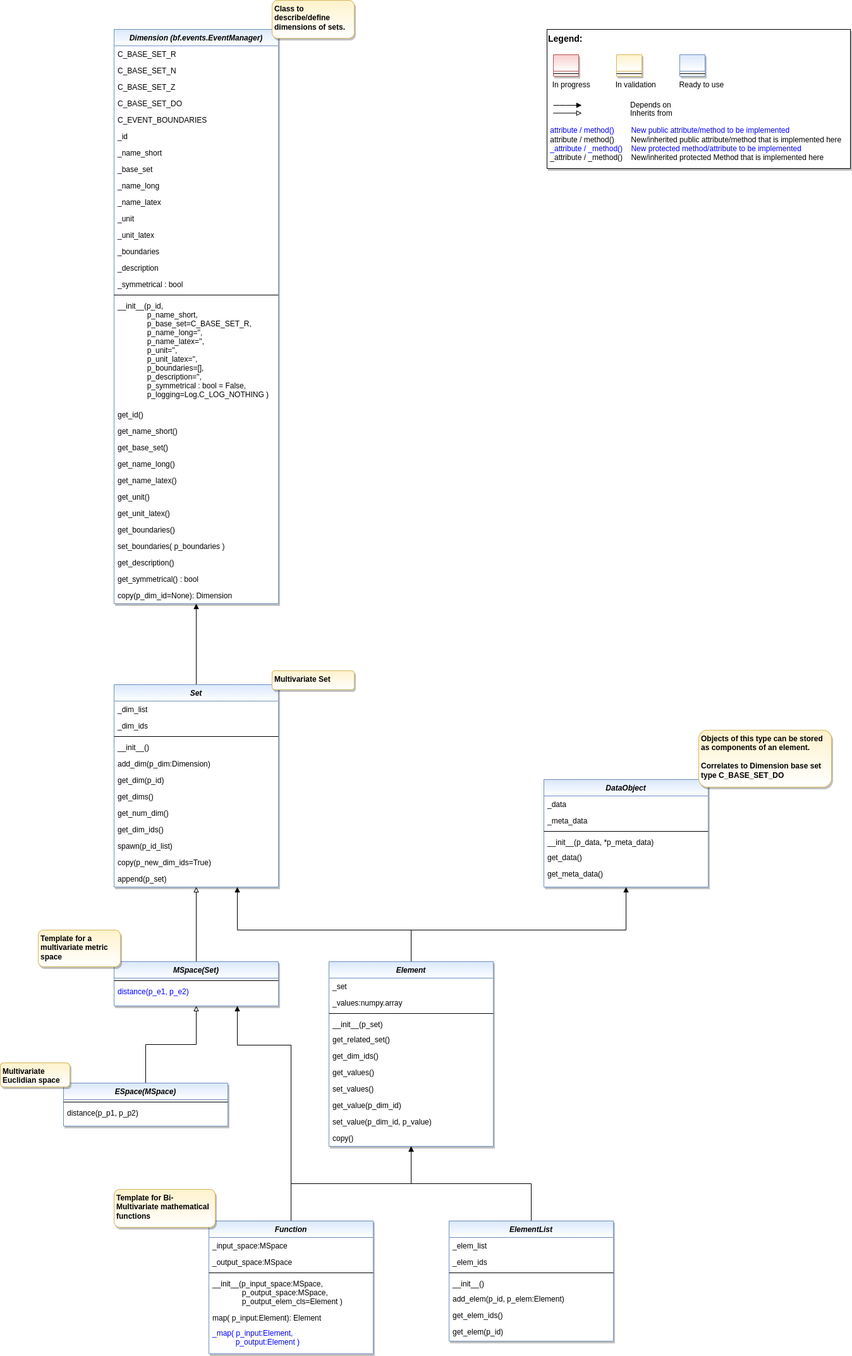
This is doc/rtd/content/append2/core/images/bf/MLPro-BF-Math_class_diagram.drawio.png from fhswf/MLPro, a draw.io export, as it was before one commit. Source tidied: cells renumbered, new cells last; positions are measured from the earlier drawing's top-left corner, leaving out a move shared by most shapes.
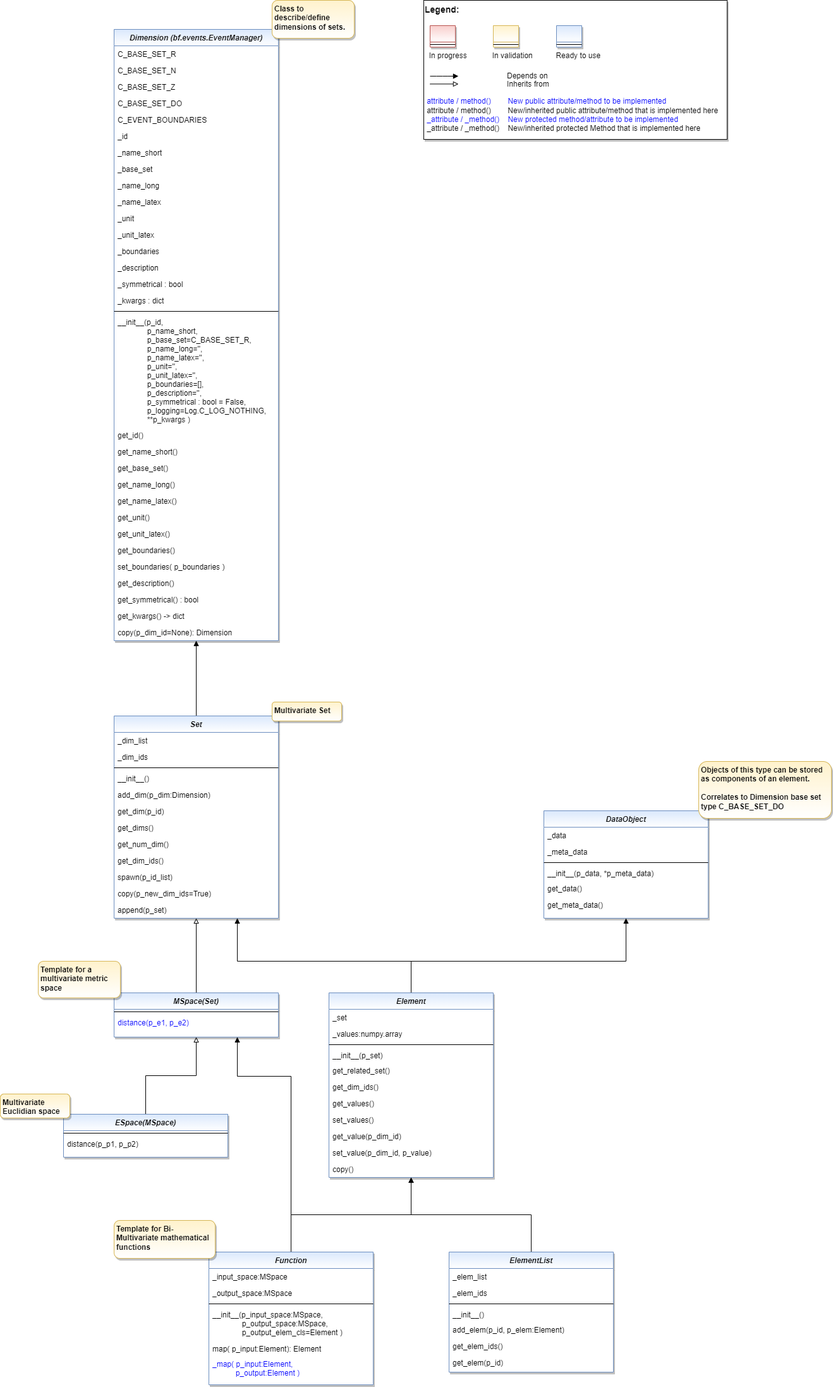
The same diagram one commit later.

Diff of the diagram source:
```diff
@@ -45,7 +45,7 @@
       <mxGeometry y="294" width="260" height="26" as="geometry" />
     </mxCell>
     <mxCell id="16" value="Dimension (bf.events.EventManager)" style="swimlane;fontStyle=3;align=center;verticalAlign=top;horizontal=1;startSize=26;rounded=0;shadow=1;strokeWidth=1;fillColor=#dae8fc;strokeColor=#6c8ebf;glass=0;gradientColor=#ffffff;swimlaneFillColor=#ffffff;" parent="1" vertex="1">
-      <mxGeometry x="180" y="46" width="260" height="908" as="geometry" />
+      <mxGeometry x="180" y="-4" width="260" height="967" as="geometry" />
     </mxCell>
     <mxCell id="17" value="C_BASE_SET_R" style="text;align=left;verticalAlign=top;spacingLeft=4;spacingRight=4;overflow=hidden;" parent="16" vertex="1">
       <mxGeometry y="26" width="260" height="26" as="geometry" />
@@ -92,47 +92,53 @@
     <mxCell id="31" value="_symmetrical : bool" style="text;align=left;verticalAlign=top;spacingLeft=4;spacingRight=4;overflow=hidden;" parent="16" vertex="1">
       <mxGeometry y="390" width="260" height="26" as="geometry" />
     </mxCell>
+    <mxCell id="109" value="_kwargs : dict" style="text;align=left;verticalAlign=top;spacingLeft=4;spacingRight=4;overflow=hidden;" parent="16" vertex="1">
+      <mxGeometry y="416" width="260" height="26" as="geometry" />
+    </mxCell>
     <mxCell id="32" style="line;html=1;strokeWidth=1;align=left;verticalAlign=middle;spacingTop=-1;spacingLeft=3;spacingRight=3;labelPosition=right;" parent="16" vertex="1">
-      <mxGeometry y="416" width="260" height="8" as="geometry" />
+      <mxGeometry y="442" width="260" height="8" as="geometry" />
     </mxCell>
-    <mxCell id="33" value="__init__(p_id, &#10;              p_name_short, &#10;              p_base_set=C_BASE_SET_R,&#10;              p_name_long='', &#10;              p_name_latex='', &#10;              p_unit='', &#10;              p_unit_latex='', &#10;              p_boundaries=[], &#10;              p_description='',&#10;              p_symmetrical : bool = False,&#10;              p_logging=Log.C_LOG_NOTHING )" style="text;align=left;verticalAlign=top;spacingLeft=4;spacingRight=4;overflow=hidden;" parent="16" vertex="1">
-      <mxGeometry y="424" width="260" height="172" as="geometry" />
+    <mxCell id="33" value="__init__(p_id, &#10;              p_name_short, &#10;              p_base_set=C_BASE_SET_R,&#10;              p_name_long='', &#10;              p_name_latex='', &#10;              p_unit='', &#10;              p_unit_latex='', &#10;              p_boundaries=[], &#10;              p_description='',&#10;              p_symmetrical : bool = False,&#10;              p_logging=Log.C_LOG_NOTHING,&#10;              **p_kwargs )" style="text;align=left;verticalAlign=top;spacingLeft=4;spacingRight=4;overflow=hidden;" parent="16" vertex="1">
+      <mxGeometry y="450" width="260" height="179" as="geometry" />
     </mxCell>
     <mxCell id="34" value="get_id()" style="text;align=left;verticalAlign=top;spacingLeft=4;spacingRight=4;overflow=hidden;" parent="16" vertex="1">
-      <mxGeometry y="596" width="260" height="26" as="geometry" />
+      <mxGeometry y="629" width="260" height="26" as="geometry" />
     </mxCell>
     <mxCell id="35" value="get_name_short()" style="text;align=left;verticalAlign=top;spacingLeft=4;spacingRight=4;overflow=hidden;" parent="16" vertex="1">
-      <mxGeometry y="622" width="260" height="26" as="geometry" />
+      <mxGeometry y="655" width="260" height="26" as="geometry" />
     </mxCell>
     <mxCell id="36" value="get_base_set()" style="text;align=left;verticalAlign=top;spacingLeft=4;spacingRight=4;overflow=hidden;" parent="16" vertex="1">
-      <mxGeometry y="648" width="260" height="26" as="geometry" />
+      <mxGeometry y="681" width="260" height="26" as="geometry" />
     </mxCell>
     <mxCell id="37" value="get_name_long()" style="text;align=left;verticalAlign=top;spacingLeft=4;spacingRight=4;overflow=hidden;" parent="16" vertex="1">
-      <mxGeometry y="674" width="260" height="26" as="geometry" />
+      <mxGeometry y="707" width="260" height="26" as="geometry" />
     </mxCell>
     <mxCell id="38" value="get_name_latex()" style="text;align=left;verticalAlign=top;spacingLeft=4;spacingRight=4;overflow=hidden;" parent="16" vertex="1">
-      <mxGeometry y="700" width="260" height="26" as="geometry" />
+      <mxGeometry y="733" width="260" height="26" as="geometry" />
     </mxCell>
     <mxCell id="39" value="get_unit()" style="text;align=left;verticalAlign=top;spacingLeft=4;spacingRight=4;overflow=hidden;" parent="16" vertex="1">
-      <mxGeometry y="726" width="260" height="26" as="geometry" />
+      <mxGeometry y="759" width="260" height="26" as="geometry" />
     </mxCell>
     <mxCell id="40" value="get_unit_latex()" style="text;align=left;verticalAlign=top;spacingLeft=4;spacingRight=4;overflow=hidden;" parent="16" vertex="1">
-      <mxGeometry y="752" width="260" height="26" as="geometry" />
+      <mxGeometry y="785" width="260" height="26" as="geometry" />
     </mxCell>
     <mxCell id="41" value="get_boundaries()" style="text;align=left;verticalAlign=top;spacingLeft=4;spacingRight=4;overflow=hidden;" parent="16" vertex="1">
-      <mxGeometry y="778" width="260" height="26" as="geometry" />
+      <mxGeometry y="811" width="260" height="26" as="geometry" />
     </mxCell>
     <mxCell id="42" value="set_boundaries( p_boundaries )" style="text;align=left;verticalAlign=top;spacingLeft=4;spacingRight=4;overflow=hidden;" parent="16" vertex="1">
-      <mxGeometry y="804" width="260" height="26" as="geometry" />
+      <mxGeometry y="837" width="260" height="26" as="geometry" />
     </mxCell>
     <mxCell id="43" value="get_description()" style="text;align=left;verticalAlign=top;spacingLeft=4;spacingRight=4;overflow=hidden;" parent="16" vertex="1">
-      <mxGeometry y="830" width="260" height="26" as="geometry" />
+      <mxGeometry y="863" width="260" height="26" as="geometry" />
     </mxCell>
     <mxCell id="44" value="get_symmetrical() : bool" style="text;align=left;verticalAlign=top;spacingLeft=4;spacingRight=4;overflow=hidden;" parent="16" vertex="1">
-      <mxGeometry y="856" width="260" height="26" as="geometry" />
+      <mxGeometry y="889" width="260" height="26" as="geometry" />
     </mxCell>
+    <mxCell id="110" value="get_kwargs() -&gt; dict" style="text;align=left;verticalAlign=top;spacingLeft=4;spacingRight=4;overflow=hidden;" parent="16" vertex="1">
+      <mxGeometry y="915" width="260" height="26" as="geometry" />
+    </mxCell>
     <mxCell id="45" value="copy(p_dim_id=None): Dimension" style="text;align=left;verticalAlign=top;spacingLeft=4;spacingRight=4;overflow=hidden;" parent="16" vertex="1">
-      <mxGeometry y="882" width="260" height="26" as="geometry" />
+      <mxGeometry y="941" width="260" height="26" as="geometry" />
     </mxCell>
     <mxCell id="46" style="edgeStyle=orthogonalEdgeStyle;rounded=0;jettySize=auto;html=1;exitX=0.5;exitY=0;exitDx=0;exitDy=0;endArrow=block;endFill=1;entryX=0.5;entryY=1;entryDx=0;entryDy=0;" parent="1" edge="1" source="66" target="48">
       <mxGeometry relative="1" as="geometry">
@@ -167,7 +173,7 @@
       <mxGeometry y="136" width="260" height="26" as="geometry" />
     </mxCell>
     <mxCell id="55" style="group;" parent="1" vertex="1">
-      <mxGeometry x="865" y="46" width="480" height="220" as="geometry" />
+      <mxGeometry x="670" y="-50" width="480" height="220" as="geometry" />
     </mxCell>
     <mxCell id="56" value="&lt;font color=&quot;#000000&quot; size=&quot;1&quot;&gt;&lt;b style=&quot;font-size: 14px&quot;&gt;Legend:&lt;br&gt;&lt;/b&gt;&lt;/font&gt;&lt;br&gt;&lt;br&gt;&lt;br&gt;&lt;font color=&quot;#0000ff&quot; style=&quot;font-size: 6px&quot;&gt;&lt;br&gt;&lt;/font&gt;&lt;span style=&quot;color: rgb(0 , 0 , 0)&quot;&gt;&lt;font style=&quot;font-size: 4px&quot;&gt;&amp;nbsp; &amp;nbsp;&lt;/font&gt;&amp;nbsp;In progress&amp;nbsp; &amp;nbsp; &amp;nbsp; &amp;nbsp; &amp;nbsp; &amp;nbsp; In validation&amp;nbsp; &amp;nbsp; &amp;nbsp; &amp;nbsp; &amp;nbsp; &amp;nbsp;Ready to use&lt;/span&gt;&lt;font color=&quot;#000000&quot;&gt;&amp;nbsp;&lt;br&gt;&lt;/font&gt;&lt;font color=&quot;#0000ff&quot;&gt;&lt;br&gt;&lt;br&gt;&lt;br&gt;&lt;br&gt;&amp;nbsp;attribute / method()&amp;nbsp; &amp;nbsp; &amp;nbsp; &amp;nbsp; New public attribute/method to be implemented&lt;/font&gt;&lt;br&gt;&lt;font color=&quot;#000000&quot;&gt;&amp;nbsp;&lt;/font&gt;&lt;font color=&quot;#000000&quot;&gt;attribute / method()&lt;span&gt;&#9;&lt;/span&gt;&amp;nbsp; &amp;nbsp; &amp;nbsp; &amp;nbsp;New/inherited public attribute/method that is implemented here&lt;br&gt;&lt;/font&gt;&lt;font color=&quot;#0000ff&quot;&gt;&amp;nbsp;_attribute /&amp;nbsp;&lt;/font&gt;&lt;font color=&quot;#0000ff&quot;&gt;_method()&amp;nbsp; &amp;nbsp; New protected method/attribute to be implemented&lt;/font&gt;&lt;br&gt;&lt;font color=&quot;#000000&quot;&gt;&amp;nbsp;_attribute / _method()&amp;nbsp; &amp;nbsp; New/inherited protected Method that is implemented here&lt;br&gt;&lt;/font&gt;&lt;font color=&quot;#000000&quot;&gt;&lt;br&gt;&lt;br&gt;&lt;br&gt;&lt;br&gt;&lt;br&gt;&lt;/font&gt;" style="text;html=1;align=left;verticalAlign=top;whiteSpace=wrap;rounded=0;fontColor=#006600;strokeColor=#000000;shadow=1;fillColor=#ffffff;" parent="55" vertex="1">
       <mxGeometry width="480" height="220" as="geometry" />
@@ -332,10 +338,10 @@
       <mxGeometry y="164" width="260" height="36" as="geometry" />
     </mxCell>
     <mxCell id="103" value="&lt;span style=&quot;text-align: center;&quot;&gt;Class to describe/define dimensions of sets.&lt;/span&gt;" style="rounded=1;whiteSpace=wrap;html=1;fillColor=#fff2cc;strokeColor=#d6b656;gradientColor=#FFFFFF;shadow=1;fontStyle=1;align=left;verticalAlign=top;spacingLeft=2;" parent="1" vertex="1">
-      <mxGeometry x="430" width="130" height="60" as="geometry" />
+      <mxGeometry x="430" y="-50" width="130" height="60" as="geometry" />
     </mxCell>
     <mxCell id="104" value="&lt;span style=&quot;text-align: center;&quot;&gt;Multivariate Set&lt;/span&gt;" style="rounded=1;whiteSpace=wrap;html=1;fillColor=#fff2cc;strokeColor=#d6b656;gradientColor=#FFFFFF;shadow=1;fontStyle=1;align=left;verticalAlign=top;spacingLeft=2;" parent="1" vertex="1">
-      <mxGeometry x="430" y="1060" width="130" height="30" as="geometry" />
+      <mxGeometry x="430" y="1060" width="110" height="30" as="geometry" />
     </mxCell>
     <mxCell id="105" value="&lt;span style=&quot;&quot;&gt;Objects of this type can be stored as components of an element.&lt;/span&gt;&lt;br style=&quot;&quot;&gt;&lt;br style=&quot;&quot;&gt;&lt;span style=&quot;&quot;&gt;Correlates to Dimension base set type C_BASE_SET_DO&lt;/span&gt;" style="rounded=1;whiteSpace=wrap;html=1;fillColor=#fff2cc;strokeColor=#d6b656;gradientColor=#FFFFFF;shadow=1;fontStyle=1;align=left;verticalAlign=top;spacingLeft=2;" parent="1" vertex="1">
       <mxGeometry x="1105" y="1154" width="210" height="90" as="geometry" />
```
